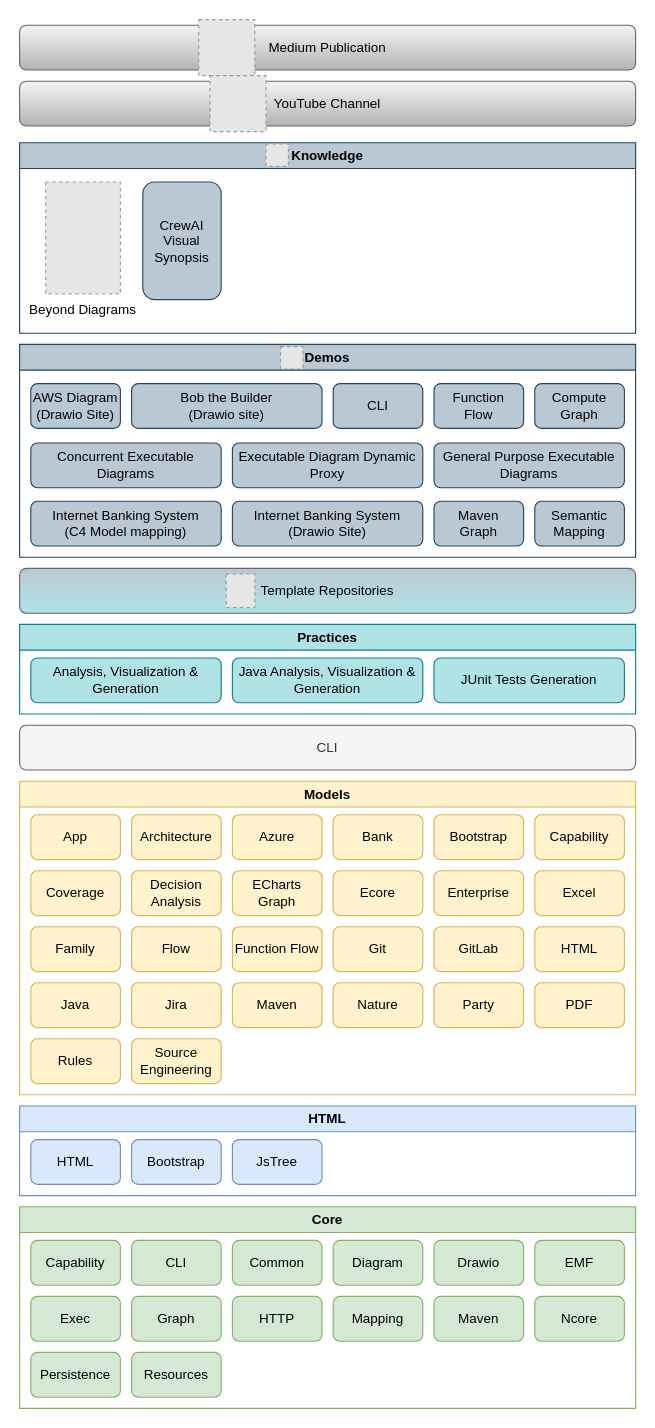
Before: model/nasdanika.drawio in Nasdanika/nasdanika.github.io, a draw.io diagram. Source tidied: cells renumbered, new cells numbered last; positions are measured from the earlier drawing's top-left corner, leaving out a move shared by most shapes. Both pictures are drawn from the tidied source at 112%, with x=0, y=0 at pixel (19, 19). Pictures stored in the file or linked from it are replaced by grey dashed boxes.
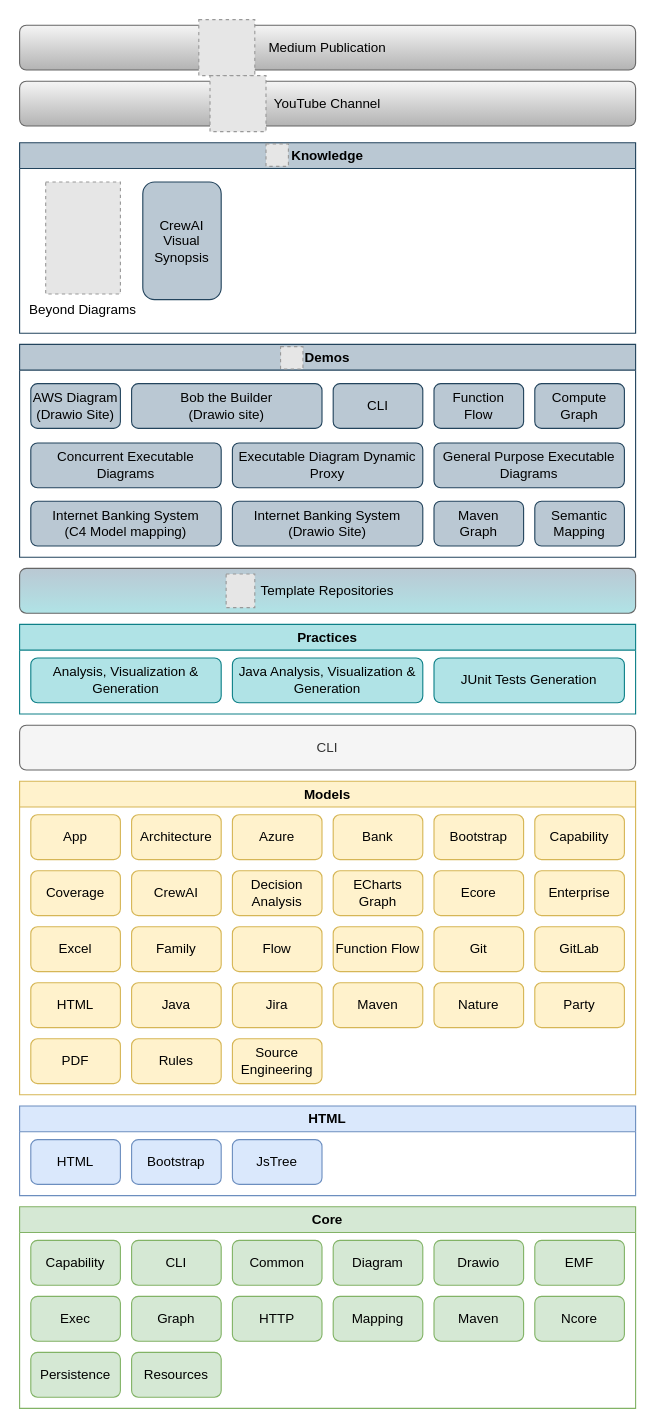
The same page after the edit.

The change refers to these unchanged cells:
```xml
<mxCell id="21" value="Models" style="swimlane;whiteSpace=wrap;html=1;fillColor=#fff2cc;strokeColor=#d6b656;" parent="1" vertex="1">
  <mxGeometry y="680" width="550" height="280" as="geometry" />
</mxCell>
```

Diff of the diagram source:
```diff
@@
     <mxCell id="22" value="GitLab" style="rounded=1;whiteSpace=wrap;html=1;fillColor=#fff2cc;strokeColor=#d6b656;" parent="21" vertex="1">
-      <mxGeometry x="370" y="130" width="80" height="40" as="geometry" />
+      <mxGeometry x="460" y="130" width="80" height="40" as="geometry" />
     </mxCell>
@@
     <mxCell id="24" value="Git" style="rounded=1;whiteSpace=wrap;html=1;fillColor=#fff2cc;strokeColor=#d6b656;" parent="21" vertex="1">
-      <mxGeometry x="280" y="130" width="80" height="40" as="geometry" />
+      <mxGeometry x="370" y="130" width="80" height="40" as="geometry" />
     </mxCell>
     <mxCell id="25" value="Excel" style="rounded=1;whiteSpace=wrap;html=1;fillColor=#fff2cc;strokeColor=#d6b656;" parent="21" vertex="1">
-      <mxGeometry x="460" y="80" width="80" height="40" as="geometry" />
+      <mxGeometry x="10" y="130" width="80" height="40" as="geometry" />
     </mxCell>
     <mxCell id="26" value="ECharts Graph" style="rounded=1;whiteSpace=wrap;html=1;fillColor=#fff2cc;strokeColor=#d6b656;" parent="21" vertex="1">
-      <mxGeometry x="190" y="80" width="80" height="40" as="geometry" />
+      <mxGeometry x="280" y="80" width="80" height="40" as="geometry" />
     </mxCell>
     <mxCell id="27" value="Nature" style="rounded=1;whiteSpace=wrap;html=1;fillColor=#fff2cc;strokeColor=#d6b656;" parent="21" vertex="1">
-      <mxGeometry x="280" y="180" width="80" height="40" as="geometry" />
+      <mxGeometry x="370" y="180" width="80" height="40" as="geometry" />
     </mxCell>
@@
     <mxCell id="29" value="PDF" style="rounded=1;whiteSpace=wrap;html=1;fillColor=#fff2cc;strokeColor=#d6b656;" parent="21" vertex="1">
-      <mxGeometry x="460" y="180" width="80" height="40" as="geometry" />
+      <mxGeometry x="10" y="230" width="80" height="40" as="geometry" />
     </mxCell>
     <mxCell id="30" value="Party" style="rounded=1;whiteSpace=wrap;html=1;fillColor=#fff2cc;strokeColor=#d6b656;" parent="21" vertex="1">
-      <mxGeometry x="370" y="180" width="80" height="40" as="geometry" />
+      <mxGeometry x="460" y="180" width="80" height="40" as="geometry" />
     </mxCell>
     <mxCell id="31" value="Source&lt;div&gt;Engineering&lt;/div&gt;" style="rounded=1;whiteSpace=wrap;html=1;fillColor=#fff2cc;strokeColor=#d6b656;" parent="21" vertex="1">
-      <mxGeometry x="100" y="230" width="80" height="40" as="geometry" />
+      <mxGeometry x="190" y="230" width="80" height="40" as="geometry" />
     </mxCell>
     <mxCell id="32" value="Java" style="rounded=1;whiteSpace=wrap;html=1;fillColor=#fff2cc;strokeColor=#d6b656;" parent="21" vertex="1">
-      <mxGeometry x="10" y="180" width="80" height="40" as="geometry" />
+      <mxGeometry x="100" y="180" width="80" height="40" as="geometry" />
     </mxCell>
     <mxCell id="33" value="Maven" style="rounded=1;whiteSpace=wrap;html=1;fillColor=#fff2cc;strokeColor=#d6b656;" parent="21" vertex="1">
-      <mxGeometry x="190" y="180" width="80" height="40" as="geometry" />
+      <mxGeometry x="280" y="180" width="80" height="40" as="geometry" />
     </mxCell>
     <mxCell id="34" value="Enterprise" style="rounded=1;whiteSpace=wrap;html=1;fillColor=#fff2cc;strokeColor=#d6b656;" parent="21" vertex="1">
-      <mxGeometry x="370" y="80" width="80" height="40" as="geometry" />
+      <mxGeometry x="460" y="80" width="80" height="40" as="geometry" />
     </mxCell>
     <mxCell id="35" value="Function Flow" style="rounded=1;whiteSpace=wrap;html=1;fillColor=#fff2cc;strokeColor=#d6b656;" parent="21" vertex="1">
-      <mxGeometry x="190" y="130" width="80" height="40" as="geometry" />
+      <mxGeometry x="280" y="130" width="80" height="40" as="geometry" />
     </mxCell>
     <mxCell id="36" value="Rules" style="rounded=1;whiteSpace=wrap;html=1;fillColor=#fff2cc;strokeColor=#d6b656;" parent="21" vertex="1">
-      <mxGeometry x="10" y="230" width="80" height="40" as="geometry" />
+      <mxGeometry x="100" y="230" width="80" height="40" as="geometry" />
     </mxCell>
@@
     <mxCell id="38" value="Ecore" style="rounded=1;whiteSpace=wrap;html=1;fillColor=#fff2cc;strokeColor=#d6b656;" parent="21" vertex="1">
-      <mxGeometry x="280" y="80" width="80" height="40" as="geometry" />
+      <mxGeometry x="370" y="80" width="80" height="40" as="geometry" />
     </mxCell>
     <mxCell id="39" value="Jira" style="rounded=1;whiteSpace=wrap;html=1;fillColor=#fff2cc;strokeColor=#d6b656;" parent="21" vertex="1">
-      <mxGeometry x="100" y="180" width="80" height="40" as="geometry" />
+      <mxGeometry x="190" y="180" width="80" height="40" as="geometry" />
     </mxCell>
@@
     <mxCell id="44" value="Decision Analysis" style="rounded=1;whiteSpace=wrap;html=1;fillColor=#fff2cc;strokeColor=#d6b656;" parent="21" vertex="1">
-      <mxGeometry x="100" y="80" width="80" height="40" as="geometry" />
+      <mxGeometry x="190" y="80" width="80" height="40" as="geometry" />
     </mxCell>
     <mxCell id="45" value="Family" style="rounded=1;whiteSpace=wrap;html=1;fillColor=#fff2cc;strokeColor=#d6b656;" parent="21" vertex="1">
-      <mxGeometry x="10" y="130" width="80" height="40" as="geometry" />
+      <mxGeometry x="100" y="130" width="80" height="40" as="geometry" />
     </mxCell>
     <mxCell id="46" value="Flow" style="rounded=1;whiteSpace=wrap;html=1;fillColor=#fff2cc;strokeColor=#d6b656;" parent="21" vertex="1">
-      <mxGeometry x="100" y="130" width="80" height="40" as="geometry" />
+      <mxGeometry x="190" y="130" width="80" height="40" as="geometry" />
     </mxCell>
     <mxCell id="47" value="HTML" style="rounded=1;whiteSpace=wrap;html=1;fillColor=#fff2cc;strokeColor=#d6b656;" parent="21" vertex="1">
-      <mxGeometry x="460" y="130" width="80" height="40" as="geometry" />
+      <mxGeometry x="10" y="180" width="80" height="40" as="geometry" />
     </mxCell>
+    <mxCell id="77" value="CrewAI" style="rounded=1;whiteSpace=wrap;html=1;fillColor=#fff2cc;strokeColor=#d6b656;" parent="21" vertex="1">
+      <mxGeometry x="100" y="80" width="80" height="40" as="geometry" />
+    </mxCell>
```
